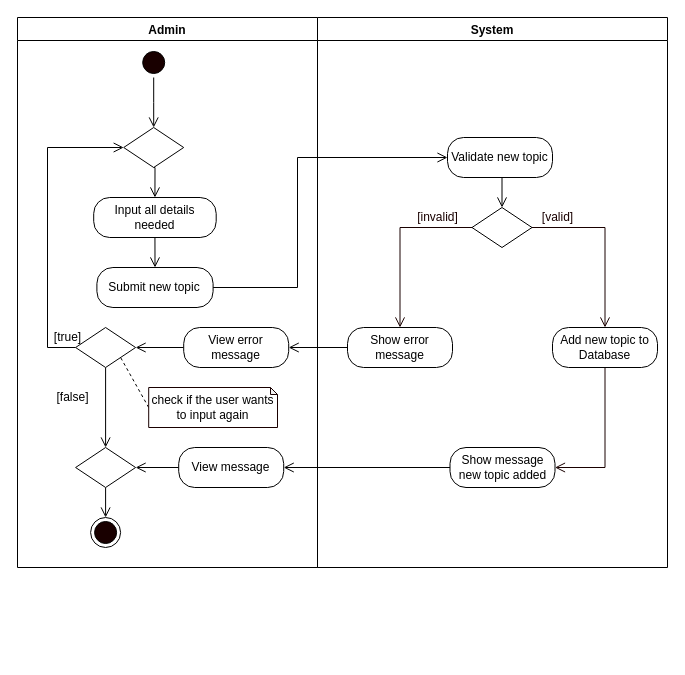
Above: page "Add Topic" (4 of 12) of REVISIONS/UML-DIAGRAMS/6-28-2021/ACTIVITY DIAGRAM/ACTIVITY DIAGRAM2.drawio in mrklglsn/CAPSTONE-FILES (draw.io), before the change. Source tidied: cells renumbered, new cells numbered last; positions are measured from the earlier drawing's top-left corner, leaving out a move shared by most shapes. Both pictures are drawn from the tidied source at 100%, with x=0, y=0 at pixel (17, 17).
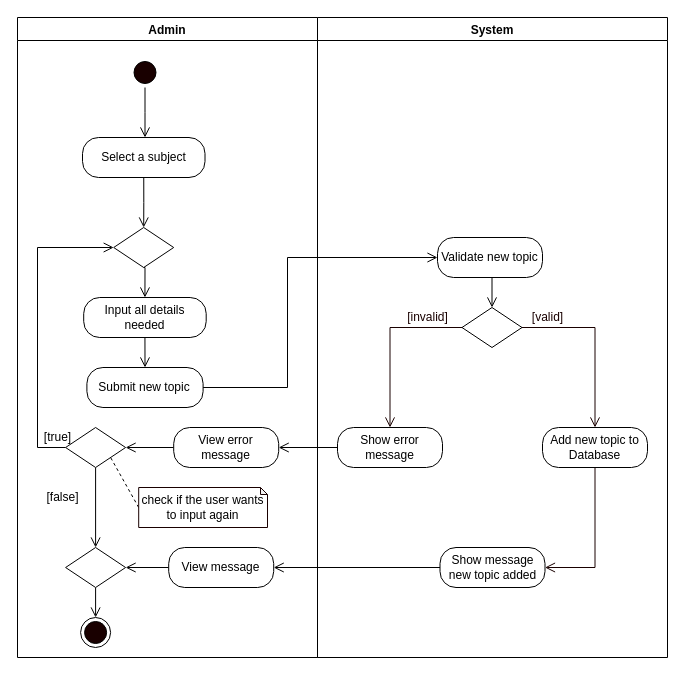
After the change.

The edit, as a diff of the source:
```diff
@@
     <mxCell id="2" value="Admin" style="swimlane;startSize=23;" parent="1" vertex="1">
-      <mxGeometry width="300" height="550" as="geometry" />
+      <mxGeometry width="300" height="640" as="geometry" />
     </mxCell>
     <mxCell id="3" style="edgeStyle=orthogonalEdgeStyle;rounded=0;jettySize=auto;html=1;exitX=0.5;exitY=1;exitDx=0;exitDy=0;entryX=0.5;entryY=0;entryDx=0;entryDy=0;endArrow=open;endFill=0;endSize=8;" parent="2" edge="1" source="4">
       <mxGeometry relative="1" as="geometry">
-        <mxPoint x="136.2" y="110" as="targetPoint" />
+        <mxPoint x="127.5" y="120" as="targetPoint" />
       </mxGeometry>
     </mxCell>
     <mxCell id="4" style="ellipse;html=1;shape=startState;fillColor=#190000;" parent="2" vertex="1">
-      <mxGeometry x="121.2" y="30" width="30" height="30" as="geometry" />
+      <mxGeometry x="112.5" y="40" width="30" height="30" as="geometry" />
     </mxCell>
@@
     <mxCell id="6" value="Input all details needed" style="rounded=1;whiteSpace=wrap;html=1;arcSize=40;" parent="2" vertex="1">
-      <mxGeometry x="76.2" y="180" width="122.5" height="40" as="geometry" />
+      <mxGeometry x="66.2" y="280" width="122.5" height="40" as="geometry" />
     </mxCell>
     <mxCell id="7" value="Submit new topic" style="rounded=1;whiteSpace=wrap;html=1;arcSize=40;" parent="2" vertex="1">
-      <mxGeometry x="79.4" y="250" width="116.2" height="40" as="geometry" />
+      <mxGeometry x="69.4" y="350" width="116.2" height="40" as="geometry" />
     </mxCell>
@@
     <mxCell id="9" style="rhombus;whiteSpace=wrap;html=1;" parent="2" vertex="1">
-      <mxGeometry x="106.2" y="110" width="60" height="40" as="geometry" />
+      <mxGeometry x="96.2" y="210" width="60" height="40" as="geometry" />
     </mxCell>
     <mxCell id="10" style="edgeStyle=orthogonalEdgeStyle;rounded=0;jettySize=auto;html=1;exitX=0;exitY=0.5;exitDx=0;exitDy=0;entryX=0;entryY=0.5;entryDx=0;entryDy=0;endArrow=open;endFill=0;endSize=8;" parent="2" edge="1" source="12" target="9">
       <mxGeometry relative="1" as="geometry">
         <Array as="points">
-          <mxPoint x="30" y="330" />
-          <mxPoint x="30" y="130" />
+          <mxPoint x="20" y="430" />
+          <mxPoint x="20" y="230" />
         </Array>
       </mxGeometry>
     </mxCell>
@@
     <mxCell id="12" style="rhombus;whiteSpace=wrap;html=1;" parent="2" vertex="1">
-      <mxGeometry x="58.1" y="310" width="60" height="40" as="geometry" />
+      <mxGeometry x="48.1" y="410" width="60" height="40" as="geometry" />
     </mxCell>
     <mxCell id="13" value="[true]" style="text;html=1;align=center;verticalAlign=middle;strokeColor=none;" parent="2" vertex="1">
-      <mxGeometry x="30" y="310" width="40" height="20" as="geometry" />
+      <mxGeometry x="20" y="410" width="40" height="20" as="geometry" />
     </mxCell>
@@
     <mxCell id="15" value="check if the user wants to input again" style="shape=note;whiteSpace=wrap;html=1;backgroundOutline=1;darkOpacity=0.05;strokeColor=#190000;size=7;" parent="2" vertex="1">
-      <mxGeometry x="131.2" y="370" width="128.8" height="40" as="geometry" />
+      <mxGeometry x="121.2" y="470" width="128.8" height="40" as="geometry" />
     </mxCell>
     <mxCell id="16" value="[false]" style="text;html=1;align=center;verticalAlign=middle;strokeColor=none;" parent="2" vertex="1">
-      <mxGeometry x="30" y="370" width="50" height="20" as="geometry" />
+      <mxGeometry x="20" y="470" width="50" height="20" as="geometry" />
     </mxCell>
     <mxCell id="17" style="ellipse;html=1;shape=endState;fillColor=#190000;" parent="2" vertex="1">
-      <mxGeometry x="73.1" y="500" width="30" height="30" as="geometry" />
+      <mxGeometry x="63.1" y="600" width="30" height="30" as="geometry" />
     </mxCell>
@@
     <mxCell id="19" value="View error message" style="rounded=1;whiteSpace=wrap;html=1;arcSize=40;" parent="2" vertex="1">
-      <mxGeometry x="166.2" y="310" width="105" height="40" as="geometry" />
+      <mxGeometry x="156.2" y="410" width="105" height="40" as="geometry" />
     </mxCell>
@@
     <mxCell id="21" value="View message" style="rounded=1;whiteSpace=wrap;html=1;arcSize=40;" parent="2" vertex="1">
-      <mxGeometry x="161.2" y="430" width="105" height="40" as="geometry" />
+      <mxGeometry x="151.2" y="530" width="105" height="40" as="geometry" />
     </mxCell>
@@
     <mxCell id="23" style="rhombus;whiteSpace=wrap;html=1;" parent="2" vertex="1">
-      <mxGeometry x="58.1" y="430" width="60" height="40" as="geometry" />
+      <mxGeometry x="48.1" y="530" width="60" height="40" as="geometry" />
     </mxCell>
+    <mxCell id="39" style="edgeStyle=orthogonalEdgeStyle;rounded=0;jettySize=auto;html=1;exitX=0.5;exitY=1;exitDx=0;exitDy=0;endArrow=open;endFill=0;endSize=8;" parent="2" edge="1" source="40" target="9">
+      <mxGeometry relative="1" as="geometry" />
+    </mxCell>
+    <mxCell id="40" value="Select a subject" style="rounded=1;whiteSpace=wrap;html=1;arcSize=40;" parent="2" vertex="1">
+      <mxGeometry x="65" y="120" width="122.5" height="40" as="geometry" />
+    </mxCell>
     <mxCell id="24" value="System" style="swimlane;" parent="1" vertex="1">
-      <mxGeometry x="300" width="350" height="550" as="geometry" />
+      <mxGeometry x="300" width="350" height="640" as="geometry" />
     </mxCell>
     <mxCell id="25" value="Validate new topic" style="rounded=1;whiteSpace=wrap;html=1;arcSize=40;" parent="24" vertex="1">
-      <mxGeometry x="130" y="120" width="105" height="40" as="geometry" />
+      <mxGeometry x="120" y="220" width="105" height="40" as="geometry" />
     </mxCell>
     <mxCell id="26" style="rhombus;whiteSpace=wrap;html=1;" parent="24" vertex="1">
-      <mxGeometry x="154.5" y="190" width="60" height="40" as="geometry" />
+      <mxGeometry x="144.5" y="290" width="60" height="40" as="geometry" />
     </mxCell>
@@
     <mxCell id="28" value="&lt;font color=&quot;#190000&quot;&gt;[valid]&lt;/font&gt;" style="text;html=1;align=center;verticalAlign=middle;strokeColor=none;fontColor=#FFFFFF;" parent="24" vertex="1">
-      <mxGeometry x="214.5" y="190" width="50" height="20" as="geometry" />
+      <mxGeometry x="204.5" y="290" width="50" height="20" as="geometry" />
     </mxCell>
     <mxCell id="29" value="&lt;font color=&quot;#190000&quot;&gt;[invalid]&lt;/font&gt;" style="text;html=1;align=center;verticalAlign=middle;strokeColor=none;fontColor=#FFFFFF;" parent="24" vertex="1">
-      <mxGeometry x="90" y="190" width="60" height="20" as="geometry" />
+      <mxGeometry x="80" y="290" width="60" height="20" as="geometry" />
     </mxCell>
     <mxCell id="30" value="Show error message" style="rounded=1;whiteSpace=wrap;html=1;arcSize=40;" parent="24" vertex="1">
-      <mxGeometry x="30" y="310" width="105" height="40" as="geometry" />
+      <mxGeometry x="20" y="410" width="105" height="40" as="geometry" />
     </mxCell>
@@
     <mxCell id="32" value="Add new topic to Database" style="rounded=1;whiteSpace=wrap;html=1;arcSize=40;" parent="24" vertex="1">
-      <mxGeometry x="235" y="310" width="105" height="40" as="geometry" />
+      <mxGeometry x="225" y="410" width="105" height="40" as="geometry" />
     </mxCell>
@@
     <mxCell id="35" value="Show message new topic added" style="rounded=1;whiteSpace=wrap;html=1;arcSize=40;" parent="24" vertex="1">
-      <mxGeometry x="132.5" y="430" width="105" height="40" as="geometry" />
+      <mxGeometry x="122.5" y="530" width="105" height="40" as="geometry" />
     </mxCell>
     <mxCell id="36" style="edgeStyle=orthogonalEdgeStyle;rounded=0;jettySize=auto;html=1;exitX=1;exitY=0.5;exitDx=0;exitDy=0;entryX=0;entryY=0.5;entryDx=0;entryDy=0;endArrow=open;endFill=0;endSize=8;" parent="1" edge="1" source="7" target="25">
       <mxGeometry relative="1" as="geometry">
         <Array as="points">
-          <mxPoint x="280" y="270" />
-          <mxPoint x="280" y="140" />
+          <mxPoint x="270" y="370" />
+          <mxPoint x="270" y="240" />
         </Array>
       </mxGeometry>
     </mxCell>
```
